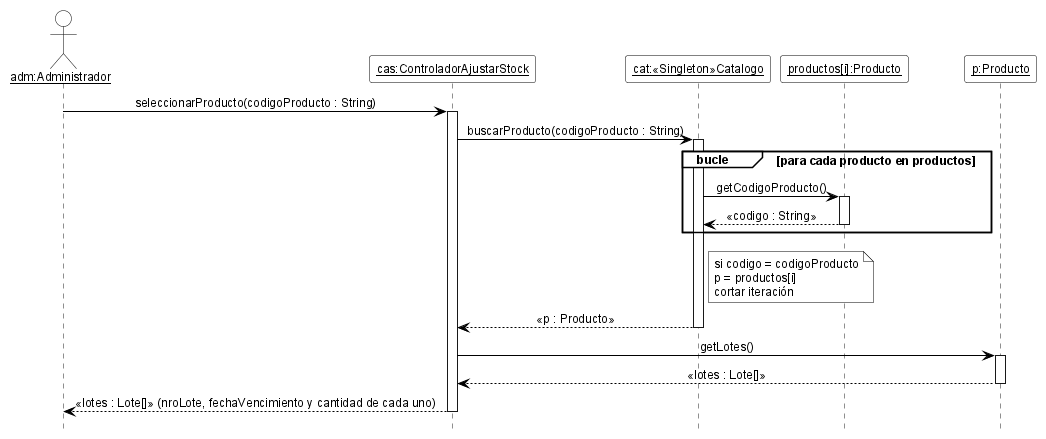
This is 08-Diagrama De Secuencia/DSD_CU-06_seleccionarProducto.png from cirotop/Stock-Project, a PlantUML export, as it was before one commit. Its diagram source:
```plantuml
@startuml DSD_CU-06_seleccionarProducto
hide footbox
skinparam shadowing false
skinparam defaultFontName Arial
skinparam defaultFontSize 12
skinparam sequenceMessageAlign center
skinparam ArrowColor black
skinparam ParticipantBackgroundColor white
skinparam ParticipantBorderColor black
skinparam CollectionsBackgroundColor white
skinparam CollectionsBorderColor black
skinparam ActorBackgroundColor white
skinparam ActorBorderColor black
skinparam LifeLineBorderColor black
skinparam LifeLineBackgroundColor white
skinparam SequenceGroupBackgroundColor white
skinparam SequenceGroupBorderColor black
skinparam SequenceGroupHeaderFontColor black
skinparam NoteBackgroundColor white
skinparam NoteBorderColor black

actor "<u>adm:Administrador</u>" as adm
participant "<u>cas:ControladorAjustarStock</u>" as cas
participant "<u>cat:«Singleton»Catalogo</u>" as cat
participant "<u>productos[i]:Producto</u>" as pi
participant "<u>p:Producto</u>" as p

adm -> cas ++ : seleccionarProducto(codigoProducto : String)
cas -> cat ++ : buscarProducto(codigoProducto : String)
group bucle [para cada producto en productos]
  cat -> pi ++ : getCodigoProducto()
  pi --> cat -- : «codigo : String»
end
note right of cat
  si codigo = codigoProducto
  p = productos[i]
  cortar iteración
end note
cat --> cas -- : «p : Producto»
cas -> p ++ : getLotes()
p --> cas -- : «lotes : Lote[]»
cas --> adm -- : «lotes : Lote[]» (nroLote, fechaVencimiento y cantidad de cada uno)

@enduml
```
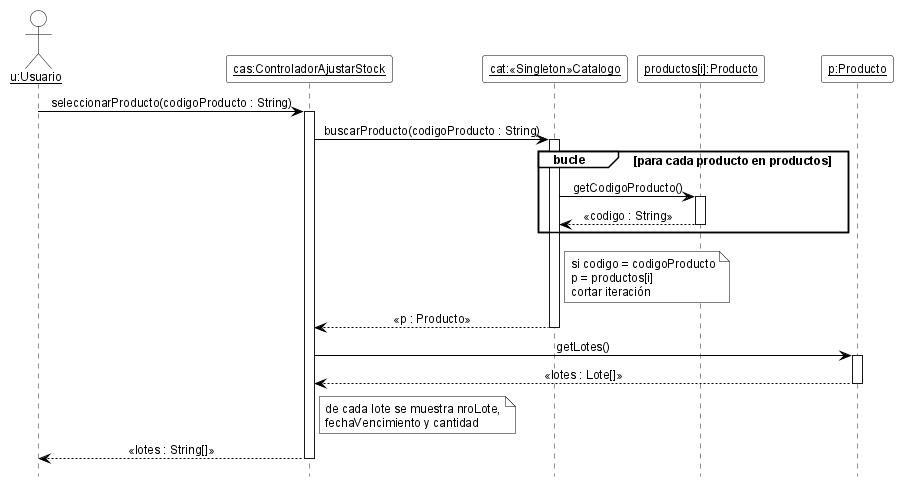
Above is the later version.

What changed in the source:
```diff
@@ -19,13 +19,13 @@
 skinparam NoteBackgroundColor white
 skinparam NoteBorderColor black
 
-actor "<u>adm:Administrador</u>" as adm
+actor "<u>u:Usuario</u>" as u
 participant "<u>cas:ControladorAjustarStock</u>" as cas
 participant "<u>cat:«Singleton»Catalogo</u>" as cat
 participant "<u>productos[i]:Producto</u>" as pi
 participant "<u>p:Producto</u>" as p
 
-adm -> cas ++ : seleccionarProducto(codigoProducto : String)
+u -> cas ++ : seleccionarProducto(codigoProducto : String)
 cas -> cat ++ : buscarProducto(codigoProducto : String)
 group bucle [para cada producto en productos]
   cat -> pi ++ : getCodigoProducto()
@@ -39,6 +39,7 @@
 cat --> cas -- : «p : Producto»
 cas -> p ++ : getLotes()
 p --> cas -- : «lotes : Lote[]»
-cas --> adm -- : «lotes : Lote[]» (nroLote, fechaVencimiento y cantidad de cada uno)
+note right of cas : de cada lote se muestra nroLote,\nfechaVencimiento y cantidad
+cas --> u -- : «lotes : String[]»
 
 @enduml
```
